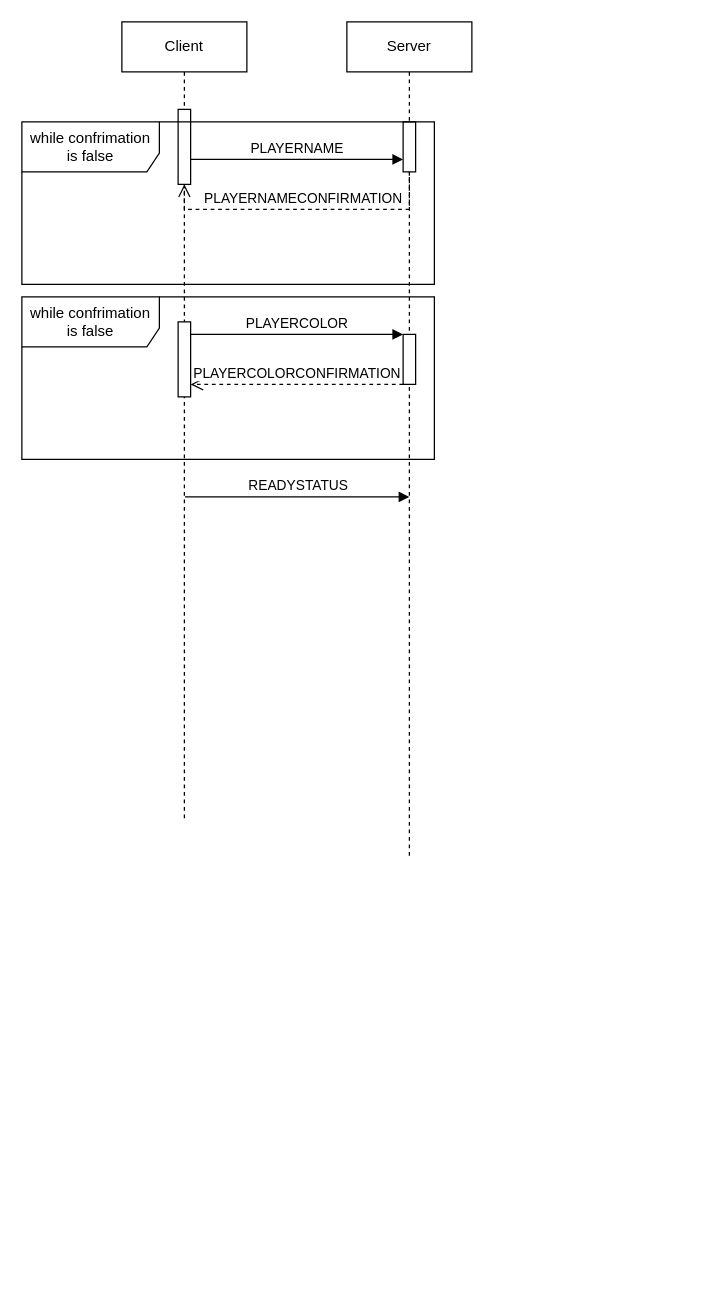
The draw.io diagram deliveries/Diagramma senza titolo.drawio in Ago19pc/IS24-AM04, before the edit. Source tidied: cells renumbered, new cells numbered last; positions are measured from the earlier drawing's top-left corner, leaving out a move shared by most shapes. Both pictures are drawn from the tidied source at 125%, with x=0, y=0 at pixel (21, 21).
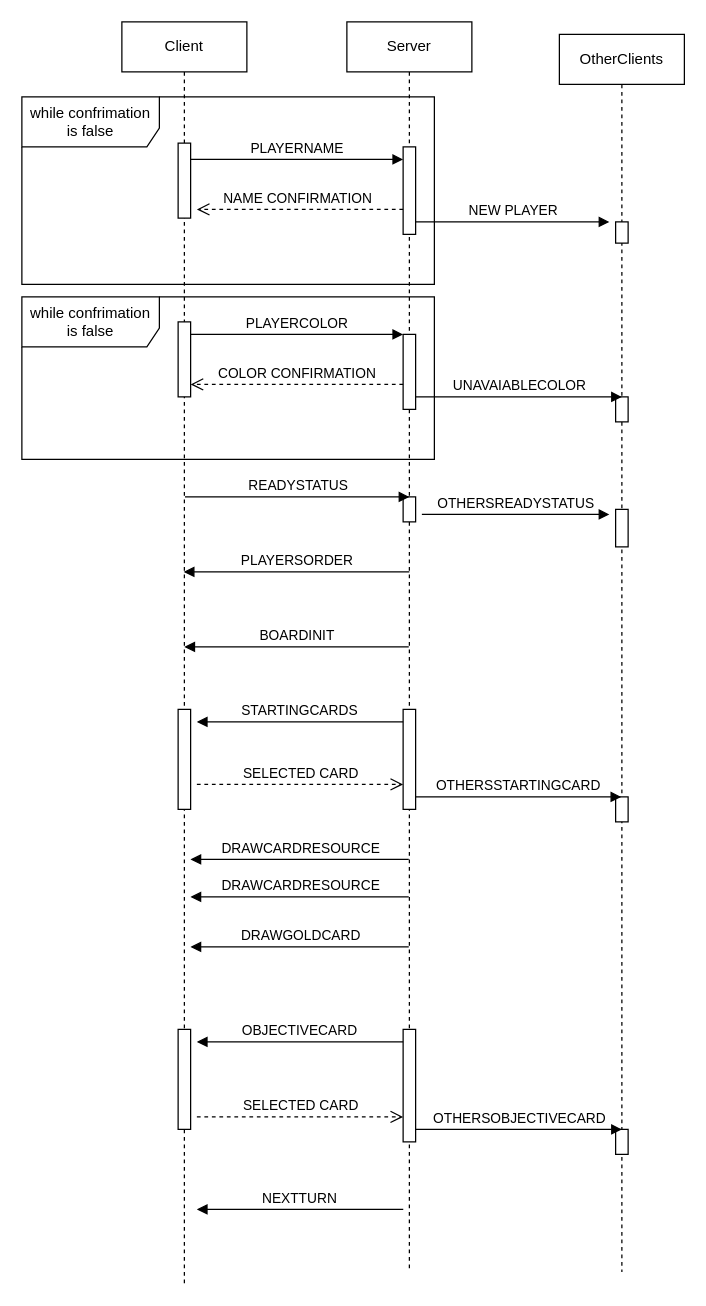
The same page after the edit.

The change refers to these unchanged cells:
```xml
<mxCell id="9" style="html=1;points=[];perimeter=orthogonalPerimeter;outlineConnect=0;targetShapes=umlLifeline;portConstraint=eastwest;newEdgeStyle={&quot;edgeStyle&quot;:&quot;elbowEdgeStyle&quot;,&quot;elbow&quot;:&quot;vertical&quot;,&quot;curved&quot;:0,&quot;rounded&quot;:0};" parent="1" vertex="1">
  <mxGeometry x="125" y="240" width="10" height="60" as="geometry" />
</mxCell>
```

Diff of the diagram source:
```diff
@@
     <mxCell id="2" value="Client" style="shape=umlLifeline;perimeter=lifelinePerimeter;whiteSpace=wrap;html=1;outlineConnect=0;portConstraint=eastwest;newEdgeStyle={&quot;edgeStyle&quot;:&quot;elbowEdgeStyle&quot;,&quot;elbow&quot;:&quot;vertical&quot;,&quot;curved&quot;:0,&quot;rounded&quot;:0};" parent="1" vertex="1">
-      <mxGeometry x="80" width="100" height="640" as="geometry" />
+      <mxGeometry x="80" width="100" height="1010" as="geometry" />
     </mxCell>
     <mxCell id="3" style="html=1;points=[];perimeter=orthogonalPerimeter;outlineConnect=0;targetShapes=umlLifeline;portConstraint=eastwest;newEdgeStyle={&quot;edgeStyle&quot;:&quot;elbowEdgeStyle&quot;,&quot;elbow&quot;:&quot;vertical&quot;,&quot;curved&quot;:0,&quot;rounded&quot;:0};" parent="2" vertex="1">
-      <mxGeometry x="45" y="70" width="10" height="60" as="geometry" />
+      <mxGeometry x="45" y="97" width="10" height="60" as="geometry" />
     </mxCell>
+    <mxCell id="15" style="html=1;perimeter=orthogonalPerimeter;targetShapes=umlLifeline;newEdgeStyle={&quot;curved&quot;:0,&quot;rounded&quot;:0};" parent="2" vertex="1">
+      <mxGeometry x="45" y="550" width="10" height="80" as="geometry" />
+    </mxCell>
     <mxCell id="4" value="Server" style="shape=umlLifeline;perimeter=lifelinePerimeter;whiteSpace=wrap;html=1;outlineConnect=0;portConstraint=eastwest;newEdgeStyle={&quot;edgeStyle&quot;:&quot;elbowEdgeStyle&quot;,&quot;elbow&quot;:&quot;vertical&quot;,&quot;curved&quot;:0,&quot;rounded&quot;:0};" parent="1" vertex="1">
-      <mxGeometry x="260" width="100" height="670" as="geometry" />
+      <mxGeometry x="260" width="100" height="1000" as="geometry" />
     </mxCell>
     <mxCell id="5" style="html=1;points=[];perimeter=orthogonalPerimeter;outlineConnect=0;targetShapes=umlLifeline;portConstraint=eastwest;newEdgeStyle={&quot;edgeStyle&quot;:&quot;elbowEdgeStyle&quot;,&quot;elbow&quot;:&quot;vertical&quot;,&quot;curved&quot;:0,&quot;rounded&quot;:0};" parent="4" vertex="1">
-      <mxGeometry x="45" y="80" width="10" height="40" as="geometry" />
+      <mxGeometry x="45" y="100" width="10" height="70" as="geometry" />
     </mxCell>
+    <mxCell id="16" style="html=1;perimeter=orthogonalPerimeter;targetShapes=umlLifeline;newEdgeStyle={&quot;curved&quot;:0,&quot;rounded&quot;:0};" parent="4" vertex="1">
+      <mxGeometry x="45" y="550" width="10" height="80" as="geometry" />
+    </mxCell>
+    <mxCell id="17" style="html=1;perimeter=orthogonalPerimeter;targetShapes=umlLifeline;newEdgeStyle={&quot;curved&quot;:0,&quot;rounded&quot;:0};" parent="4" vertex="1">
+      <mxGeometry x="45" y="380" width="10" height="20" as="geometry" />
+    </mxCell>
@@
-    <mxCell id="7" value="PLAYERNAMECONFIRMATION" style="html=1;verticalAlign=bottom;endArrow=open;dashed=1;endSize=8;edgeStyle=elbowEdgeStyle;elbow=vertical;curved=0;rounded=0;" parent="1" edge="1" source="5" target="3">
+    <mxCell id="7" value="NAME CONFIRMATION&amp;nbsp;" style="html=1;verticalAlign=bottom;endArrow=open;dashed=1;endSize=8;edgeStyle=elbowEdgeStyle;elbow=vertical;curved=0;rounded=0;" parent="1" edge="1" source="5">
       <mxGeometry relative="1" as="geometry">
+        <mxPoint x="140" y="150" as="targetPoint" />
         <Array as="points">
           <mxPoint x="220" y="150" />
         </Array>
       </mxGeometry>
     </mxCell>
     <mxCell id="8" value="while confrimation is false" style="shape=umlFrame;whiteSpace=wrap;html=1;width=110;height=40;" parent="1" vertex="1">
-      <mxGeometry y="80" width="330" height="130" as="geometry" />
+      <mxGeometry y="60" width="330" height="150" as="geometry" />
     </mxCell>
@@
     <mxCell id="10" style="html=1;points=[];perimeter=orthogonalPerimeter;outlineConnect=0;targetShapes=umlLifeline;portConstraint=eastwest;newEdgeStyle={&quot;edgeStyle&quot;:&quot;elbowEdgeStyle&quot;,&quot;elbow&quot;:&quot;vertical&quot;,&quot;curved&quot;:0,&quot;rounded&quot;:0};" parent="1" vertex="1">
-      <mxGeometry x="305" y="250" width="10" height="40" as="geometry" />
+      <mxGeometry x="305" y="250" width="10" height="60" as="geometry" />
     </mxCell>
@@
-    <mxCell id="12" value="PLAYERCOLORCONFIRMATION" style="html=1;verticalAlign=bottom;endArrow=open;dashed=1;endSize=8;edgeStyle=elbowEdgeStyle;elbow=vertical;curved=0;rounded=0;" parent="1" edge="1" source="10" target="9">
+    <mxCell id="12" value="COLOR CONFIRMATION" style="html=1;verticalAlign=bottom;endArrow=open;dashed=1;endSize=8;edgeStyle=elbowEdgeStyle;elbow=vertical;curved=0;rounded=0;" parent="1" edge="1" source="10" target="9">
       <mxGeometry relative="1" as="geometry">
         <Array as="points">
           <mxPoint x="220" y="290" />
         </Array>
       </mxGeometry>
     </mxCell>
@@
+    <mxCell id="18" value="PLAYERSORDER" style="html=1;verticalAlign=bottom;endArrow=block;curved=0;rounded=0;" parent="1" edge="1" target="2">
+      <mxGeometry relative="1" as="geometry">
+        <mxPoint x="310" y="440" as="sourcePoint" />
+      </mxGeometry>
+    </mxCell>
+    <mxCell id="19" value="BOARDINIT" style="html=1;verticalAlign=bottom;endArrow=block;curved=0;rounded=0;" parent="1" edge="1" source="4">
+      <mxGeometry relative="1" as="geometry">
+        <mxPoint x="130" y="500" as="targetPoint" />
+        <Array as="points">
+          <mxPoint x="265" y="500" />
+        </Array>
+      </mxGeometry>
+    </mxCell>
+    <mxCell id="20" value="STARTINGCARDS" style="html=1;verticalAlign=bottom;endArrow=block;curved=0;rounded=0;" parent="1" edge="1">
+      <mxGeometry relative="1" as="geometry">
+        <mxPoint x="305" y="560" as="sourcePoint" />
+        <mxPoint x="140" y="560" as="targetPoint" />
+      </mxGeometry>
+    </mxCell>
+    <mxCell id="21" value="SELECTED CARD" style="html=1;verticalAlign=bottom;endArrow=open;dashed=1;endSize=8;curved=0;rounded=0;" parent="1" edge="1">
+      <mxGeometry relative="1" as="geometry">
+        <mxPoint x="140" y="610" as="sourcePoint" />
+        <mxPoint x="305" y="610" as="targetPoint" />
+      </mxGeometry>
+    </mxCell>
+    <mxCell id="22" value="OtherClients" style="shape=umlLifeline;perimeter=lifelinePerimeter;whiteSpace=wrap;html=1;outlineConnect=0;portConstraint=eastwest;newEdgeStyle={&quot;edgeStyle&quot;:&quot;elbowEdgeStyle&quot;,&quot;elbow&quot;:&quot;vertical&quot;,&quot;curved&quot;:0,&quot;rounded&quot;:0};" parent="1" vertex="1">
+      <mxGeometry x="430" y="10" width="100" height="990" as="geometry" />
+    </mxCell>
+    <mxCell id="23" style="html=1;perimeter=orthogonalPerimeter;targetShapes=umlLifeline;newEdgeStyle={&quot;edgeStyle&quot;:&quot;elbowEdgeStyle&quot;,&quot;elbow&quot;:&quot;vertical&quot;,&quot;curved&quot;:0,&quot;rounded&quot;:0};" parent="22" vertex="1">
+      <mxGeometry x="45" y="150" width="10" height="17" as="geometry" />
+    </mxCell>
+    <mxCell id="24" style="html=1;perimeter=orthogonalPerimeter;targetShapes=umlLifeline;newEdgeStyle={&quot;curved&quot;:0,&quot;rounded&quot;:0};" parent="22" vertex="1">
+      <mxGeometry x="45" y="610" width="10" height="20" as="geometry" />
+    </mxCell>
+    <mxCell id="25" style="html=1;perimeter=orthogonalPerimeter;targetShapes=umlLifeline;newEdgeStyle={&quot;curved&quot;:0,&quot;rounded&quot;:0};" parent="22" vertex="1">
+      <mxGeometry x="45" y="290" width="10" height="20" as="geometry" />
+    </mxCell>
+    <mxCell id="26" style="html=1;perimeter=orthogonalPerimeter;targetShapes=umlLifeline;newEdgeStyle={&quot;curved&quot;:0,&quot;rounded&quot;:0};" parent="22" vertex="1">
+      <mxGeometry x="45" y="380" width="10" height="30" as="geometry" />
+    </mxCell>
+    <mxCell id="27" value="NEW PLAYER" style="html=1;verticalAlign=bottom;endArrow=block;curved=0;rounded=0;" parent="1" edge="1">
+      <mxGeometry relative="1" as="geometry">
+        <mxPoint x="315" y="160" as="sourcePoint" />
+        <mxPoint x="470" y="160" as="targetPoint" />
+      </mxGeometry>
+    </mxCell>
+    <mxCell id="28" value="UNAVAIABLECOLOR" style="html=1;verticalAlign=bottom;endArrow=block;curved=0;rounded=0;" parent="1" edge="1">
+      <mxGeometry relative="1" as="geometry">
+        <mxPoint x="315" y="300" as="sourcePoint" />
+        <mxPoint x="480" y="300" as="targetPoint" />
+      </mxGeometry>
+    </mxCell>
+    <mxCell id="29" value="OTHERSREADYSTATUS" style="html=1;verticalAlign=bottom;endArrow=block;curved=0;rounded=0;" parent="1" edge="1">
+      <mxGeometry relative="1" as="geometry">
+        <mxPoint x="320" y="394" as="sourcePoint" />
+        <mxPoint x="470" y="394" as="targetPoint" />
+      </mxGeometry>
+    </mxCell>
+    <mxCell id="30" value="OTHERSSTARTINGCARD" style="html=1;verticalAlign=bottom;endArrow=block;curved=0;rounded=0;" parent="1" edge="1" target="22">
+      <mxGeometry relative="1" as="geometry">
+        <mxPoint x="315" y="620" as="sourcePoint" />
+      </mxGeometry>
+    </mxCell>
+    <mxCell id="31" style="html=1;perimeter=orthogonalPerimeter;targetShapes=umlLifeline;newEdgeStyle={&quot;curved&quot;:0,&quot;rounded&quot;:0};" parent="1" vertex="1">
+      <mxGeometry x="125" y="806" width="10" height="80" as="geometry" />
+    </mxCell>
+    <mxCell id="32" style="html=1;perimeter=orthogonalPerimeter;targetShapes=umlLifeline;newEdgeStyle={&quot;curved&quot;:0,&quot;rounded&quot;:0};" parent="1" vertex="1">
+      <mxGeometry x="305" y="806" width="10" height="90" as="geometry" />
+    </mxCell>
+    <mxCell id="33" value="OBJECTIVECARD" style="html=1;verticalAlign=bottom;endArrow=block;curved=0;rounded=0;" parent="1" edge="1">
+      <mxGeometry relative="1" as="geometry">
+        <mxPoint x="305" y="816" as="sourcePoint" />
+        <mxPoint x="140" y="816" as="targetPoint" />
+      </mxGeometry>
+    </mxCell>
+    <mxCell id="34" value="SELECTED CARD" style="html=1;verticalAlign=bottom;endArrow=open;dashed=1;endSize=8;curved=0;rounded=0;" parent="1" edge="1">
+      <mxGeometry relative="1" as="geometry">
+        <mxPoint x="140" y="876" as="sourcePoint" />
+        <mxPoint x="305" y="876" as="targetPoint" />
+      </mxGeometry>
+    </mxCell>
+    <mxCell id="35" style="html=1;perimeter=orthogonalPerimeter;targetShapes=umlLifeline;newEdgeStyle={&quot;curved&quot;:0,&quot;rounded&quot;:0};" parent="1" vertex="1">
+      <mxGeometry x="475" y="886" width="10" height="20" as="geometry" />
+    </mxCell>
+    <mxCell id="36" value="OTHERSOBJECTIVECARD" style="html=1;verticalAlign=bottom;endArrow=block;curved=0;rounded=0;" parent="1" edge="1">
+      <mxGeometry relative="1" as="geometry">
+        <mxPoint x="315" y="886" as="sourcePoint" />
+        <mxPoint x="480" y="886" as="targetPoint" />
+      </mxGeometry>
+    </mxCell>
+    <mxCell id="37" value="DRAWCARDRESOURCE" style="html=1;verticalAlign=bottom;endArrow=block;curved=0;rounded=0;" parent="1" edge="1" source="4">
+      <mxGeometry relative="1" as="geometry">
+        <mxPoint x="134.9" y="670" as="targetPoint" />
+      </mxGeometry>
+    </mxCell>
+    <mxCell id="38" value="DRAWCARDRESOURCE" style="html=1;verticalAlign=bottom;endArrow=block;curved=0;rounded=0;" parent="1" edge="1" source="4">
+      <mxGeometry relative="1" as="geometry">
+        <mxPoint x="134.9" y="700" as="targetPoint" />
+      </mxGeometry>
+    </mxCell>
+    <mxCell id="39" value="DRAWGOLDCARD" style="html=1;verticalAlign=bottom;endArrow=block;curved=0;rounded=0;" parent="1" edge="1" source="4">
+      <mxGeometry relative="1" as="geometry">
+        <mxPoint x="134.9" y="740" as="targetPoint" />
+      </mxGeometry>
+    </mxCell>
+    <mxCell id="40" value="NEXTTURN" style="html=1;verticalAlign=bottom;endArrow=block;curved=0;rounded=0;" parent="1" edge="1">
+      <mxGeometry relative="1" as="geometry">
+        <mxPoint x="305.1" y="950" as="sourcePoint" />
+        <mxPoint x="140" y="950" as="targetPoint" />
+      </mxGeometry>
+    </mxCell>
```
